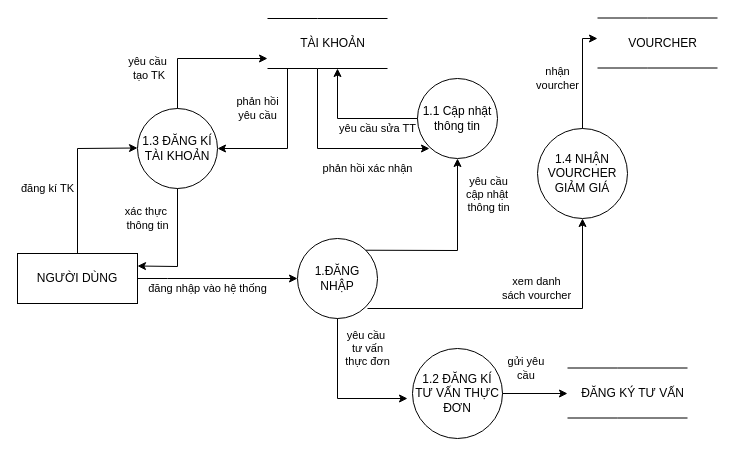
Before: page "đăng nhập" (6 of 11) of Biểu đồ không có tiêu đề.drawio in trucka312/diagram, a draw.io diagram. Source tidied: cells renumbered, new cells numbered last; positions are measured from the earlier drawing's top-left corner, leaving out a move shared by most shapes. Both pictures are drawn from the tidied source at 100%, with x=0, y=0 at pixel (17, 18).
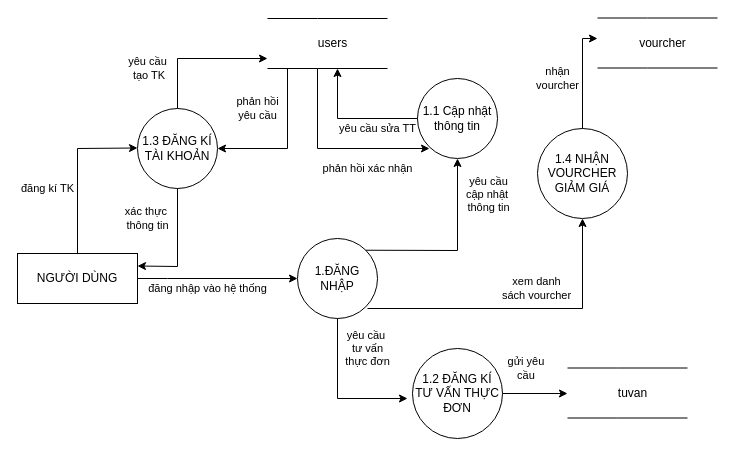
The same page after the edit.

Change to the diagram source:
```diff
@@
-    <mxCell id="9" value="TÀI KHOẢN" style="text;html=1;align=center;verticalAlign=middle;strokeColor=none;fillColor=none;" parent="1" vertex="1">
-      <mxGeometry x="270" y="10" width="90" height="30" as="geometry" />
+    <mxCell id="9" value="users" style="text;html=1;align=center;verticalAlign=middle;strokeColor=none;fillColor=none;" parent="1" vertex="1">
+      <mxGeometry x="290" y="10" width="50" height="30" as="geometry" />
     </mxCell>
@@
-    <mxCell id="21" value="ĐĂNG KÝ TƯ VẤN" style="text;html=1;align=center;verticalAlign=middle;strokeColor=none;fillColor=none;" parent="1" vertex="1">
-      <mxGeometry x="550" y="359.5" width="130" height="30" as="geometry" />
+    <mxCell id="21" value="tuvan" style="text;html=1;align=center;verticalAlign=middle;strokeColor=none;fillColor=none;" parent="1" vertex="1">
+      <mxGeometry x="590" y="359.5" width="50" height="30" as="geometry" />
     </mxCell>
@@
-    <mxCell id="27" value="VOURCHER" style="text;html=1;align=center;verticalAlign=middle;strokeColor=none;fillColor=none;" parent="1" vertex="1">
-      <mxGeometry x="600" y="9.5" width="90" height="30" as="geometry" />
+    <mxCell id="27" value="vourcher" style="text;html=1;align=center;verticalAlign=middle;strokeColor=none;fillColor=none;" parent="1" vertex="1">
+      <mxGeometry x="610" y="9.5" width="70" height="30" as="geometry" />
     </mxCell>
```
